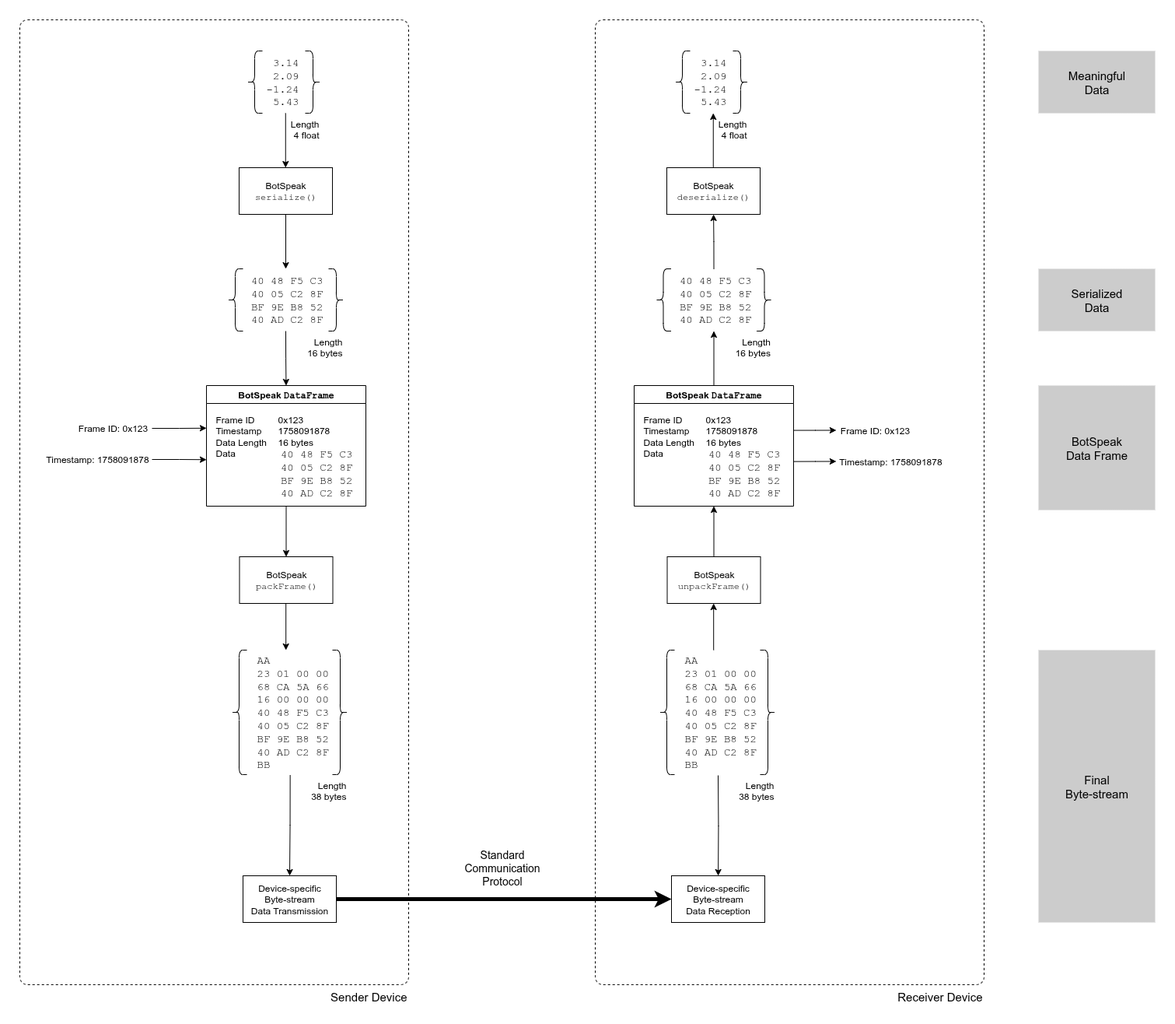
Before: docs/usage-flow.drawio.png, a diagram exported from draw.io (eccentricOrange/BotSpeak). Source tidied: cells renumbered, new cells last; positions are measured from the earlier drawing's top-left corner, leaving out a move shared by most shapes.
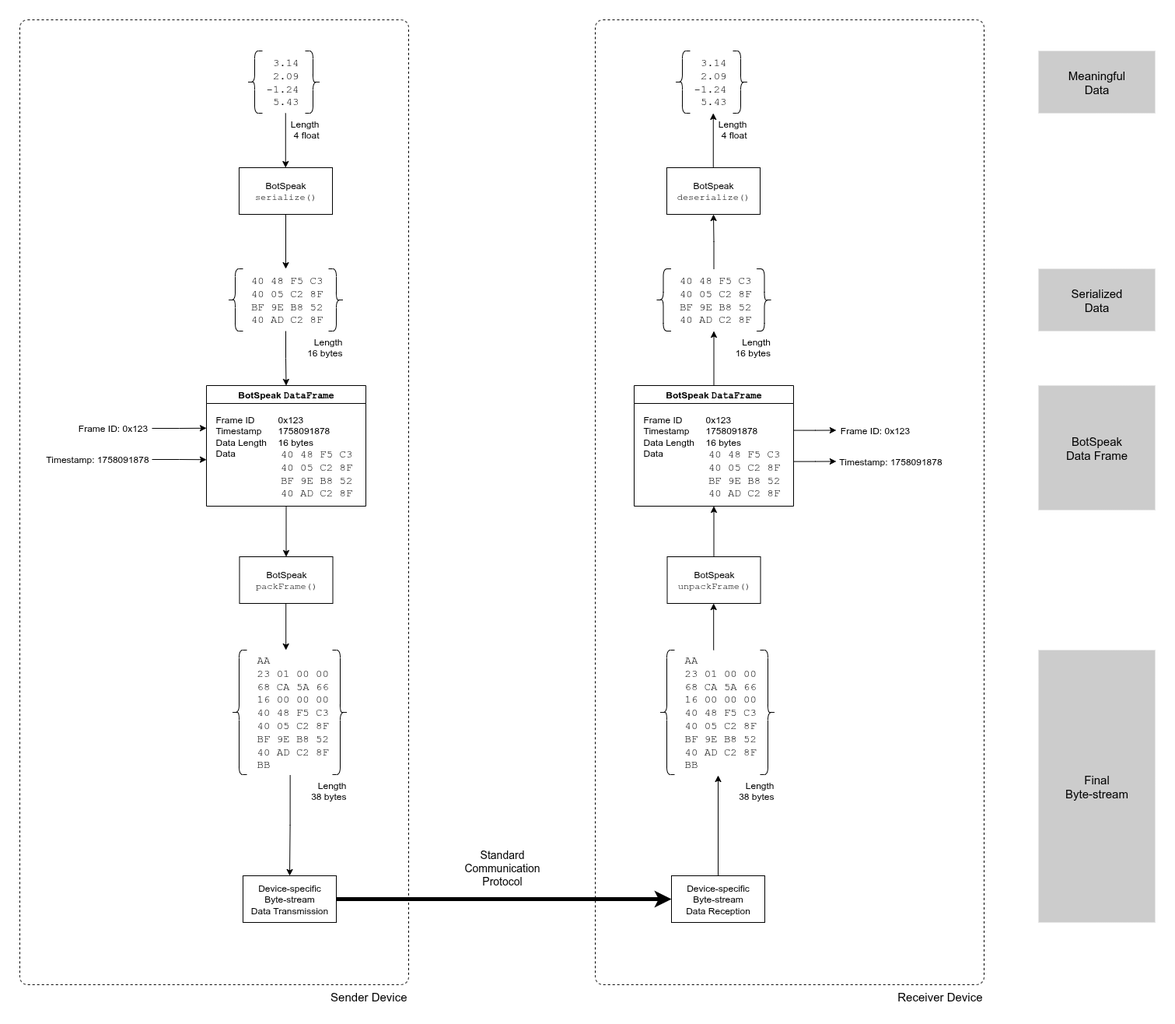
The same file after the commit.

Commit message:
diagram bug

The edit, as a diff of the source:
```diff
@@ -208,9 +208,9 @@
     <mxCell id="61" value="Device-specific&lt;br&gt;Byte-stream&lt;br&gt;Data Reception" style="rounded=0;whiteSpace=wrap;html=1;" parent="1" vertex="1">
       <mxGeometry x="838" y="1100" width="120" height="60" as="geometry" />
     </mxCell>
-    <mxCell id="62" style="edgeStyle=orthogonalEdgeStyle;rounded=0;jettySize=auto;html=1;exitX=0.451;exitY=1.005;exitDx=0;exitDy=0;exitPerimeter=0;" parent="1" edge="1" target="61">
+    <mxCell id="62" style="edgeStyle=orthogonalEdgeStyle;rounded=0;jettySize=auto;html=1;" parent="1" edge="1" source="61">
       <mxGeometry relative="1" as="geometry">
-        <mxPoint x="898" y="971" as="sourcePoint" />
+        <mxPoint x="898" y="971" as="targetPoint" />
       </mxGeometry>
     </mxCell>
     <mxCell id="63" value="Meaningful&lt;br&gt;Data" style="rounded=0;whiteSpace=wrap;html=1;strokeColor=none;fillColor=#CCCCCC;fontSize=15;" parent="1" vertex="1">
```
